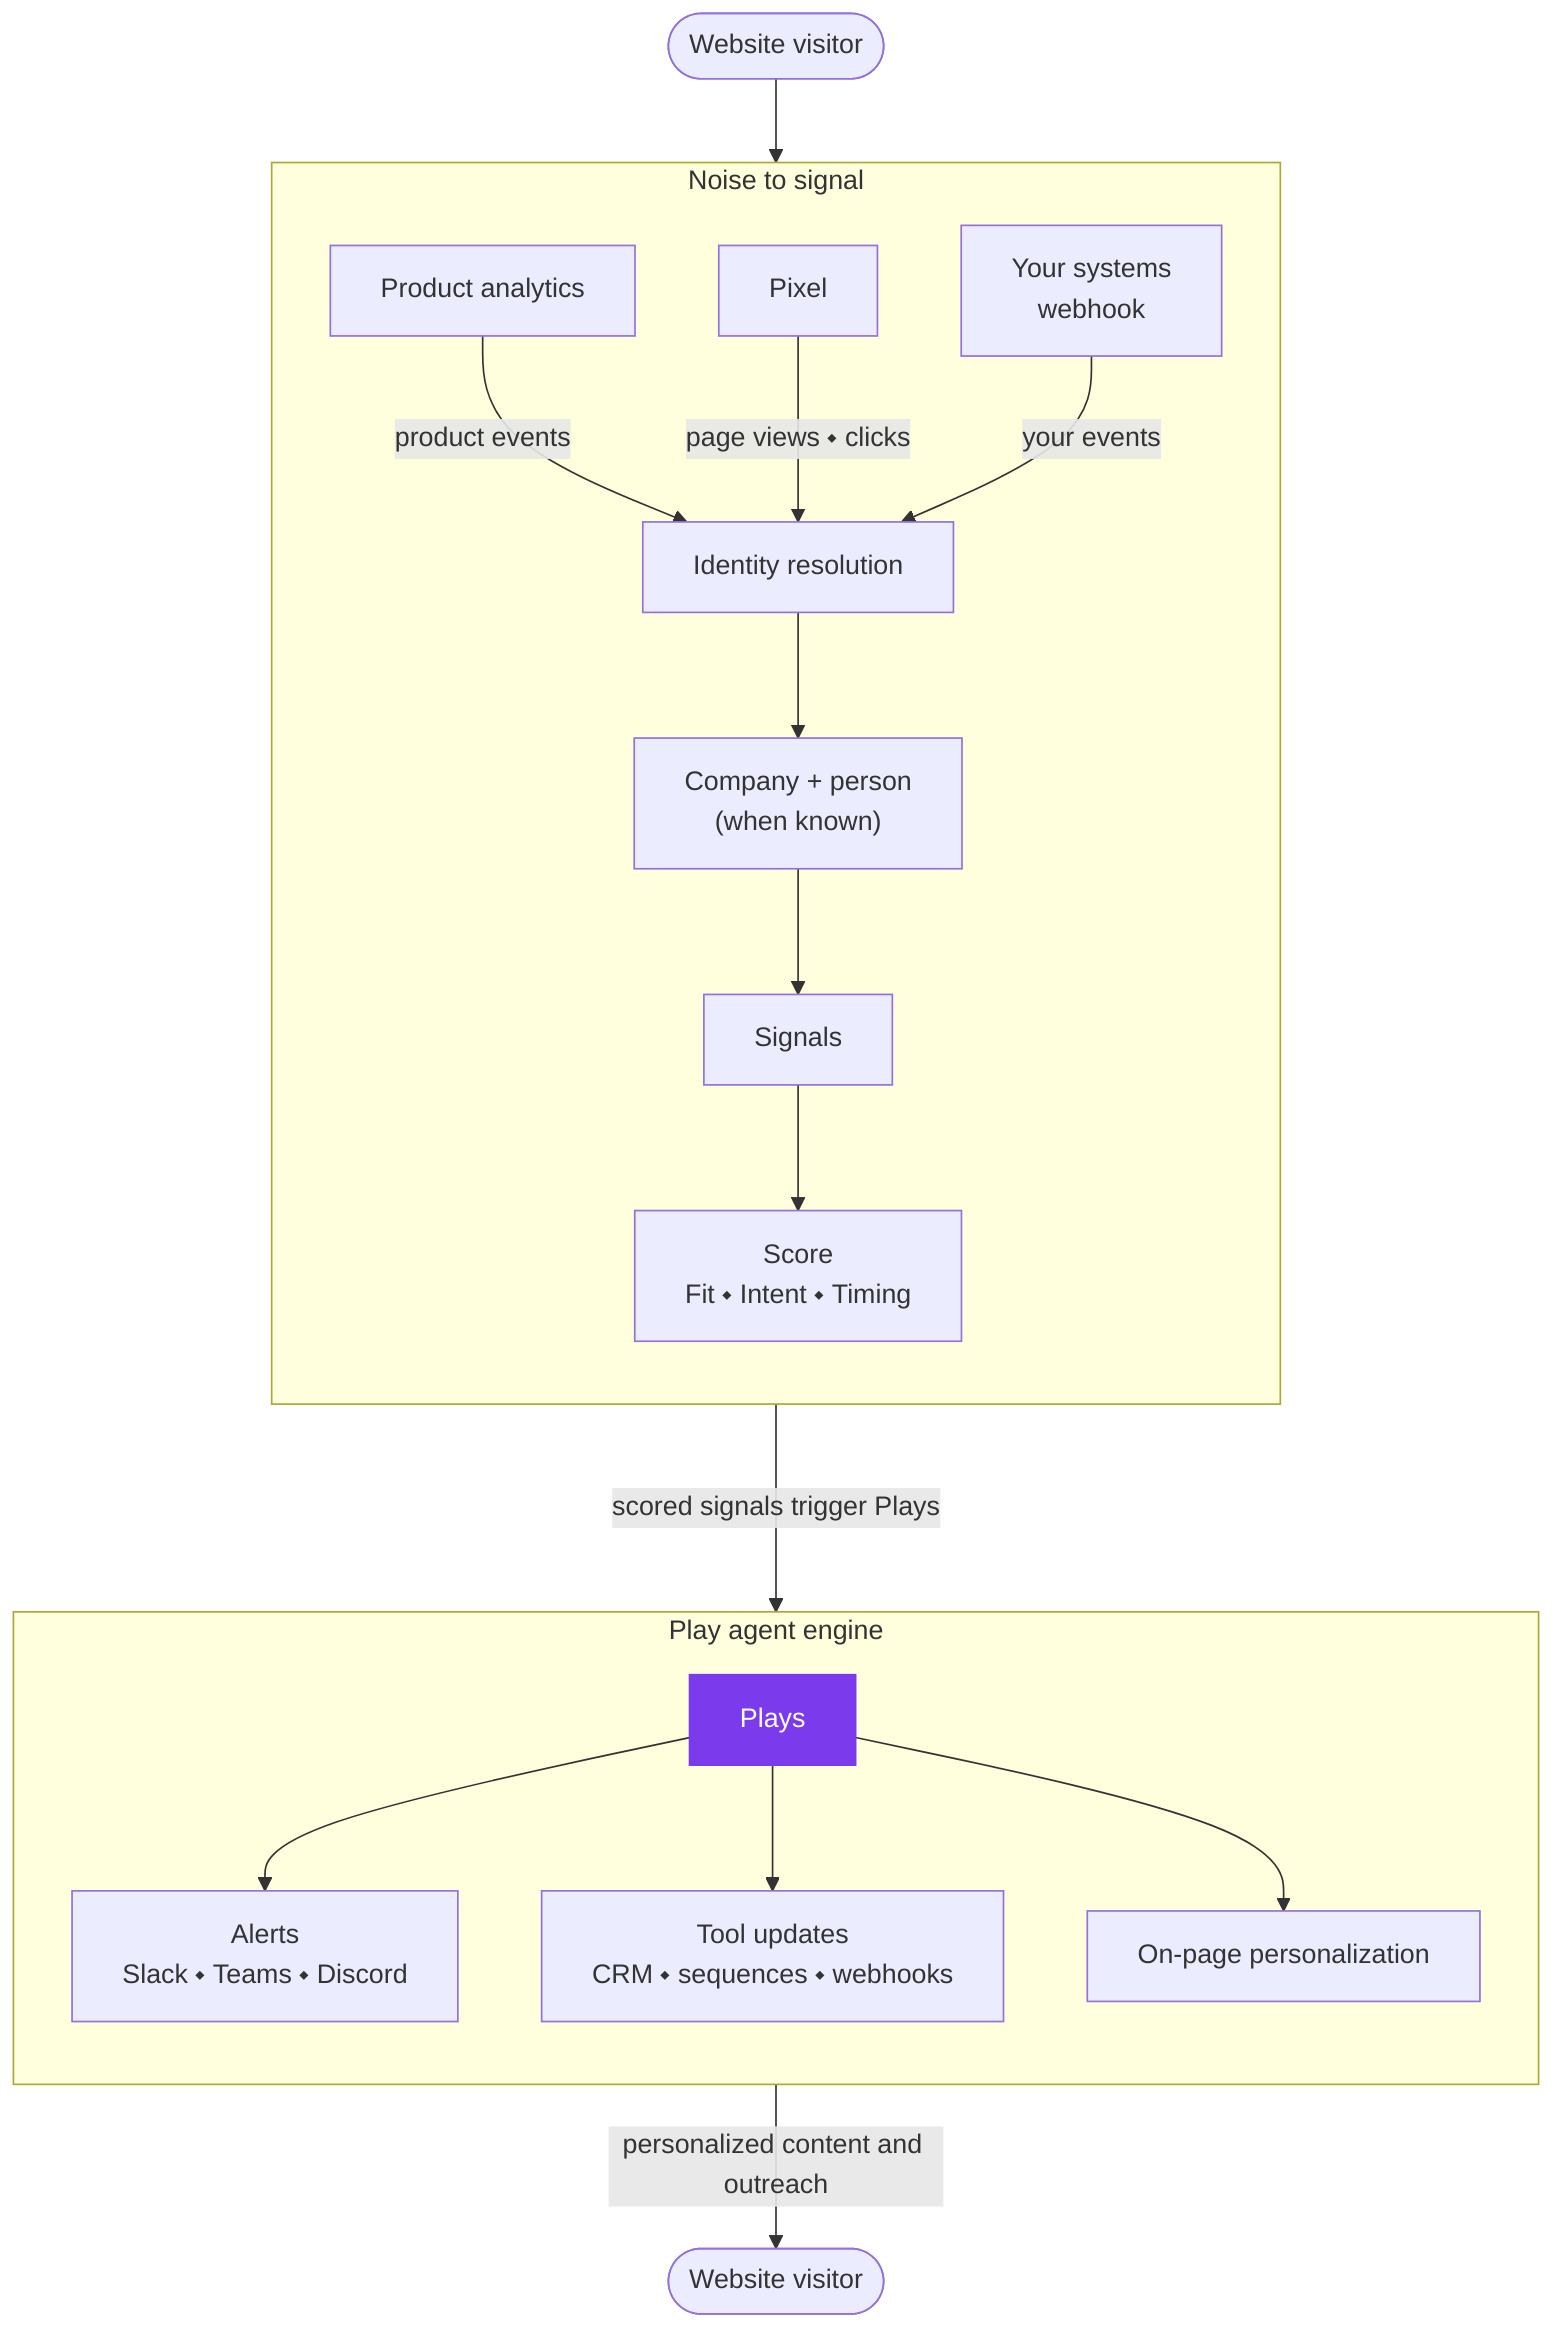
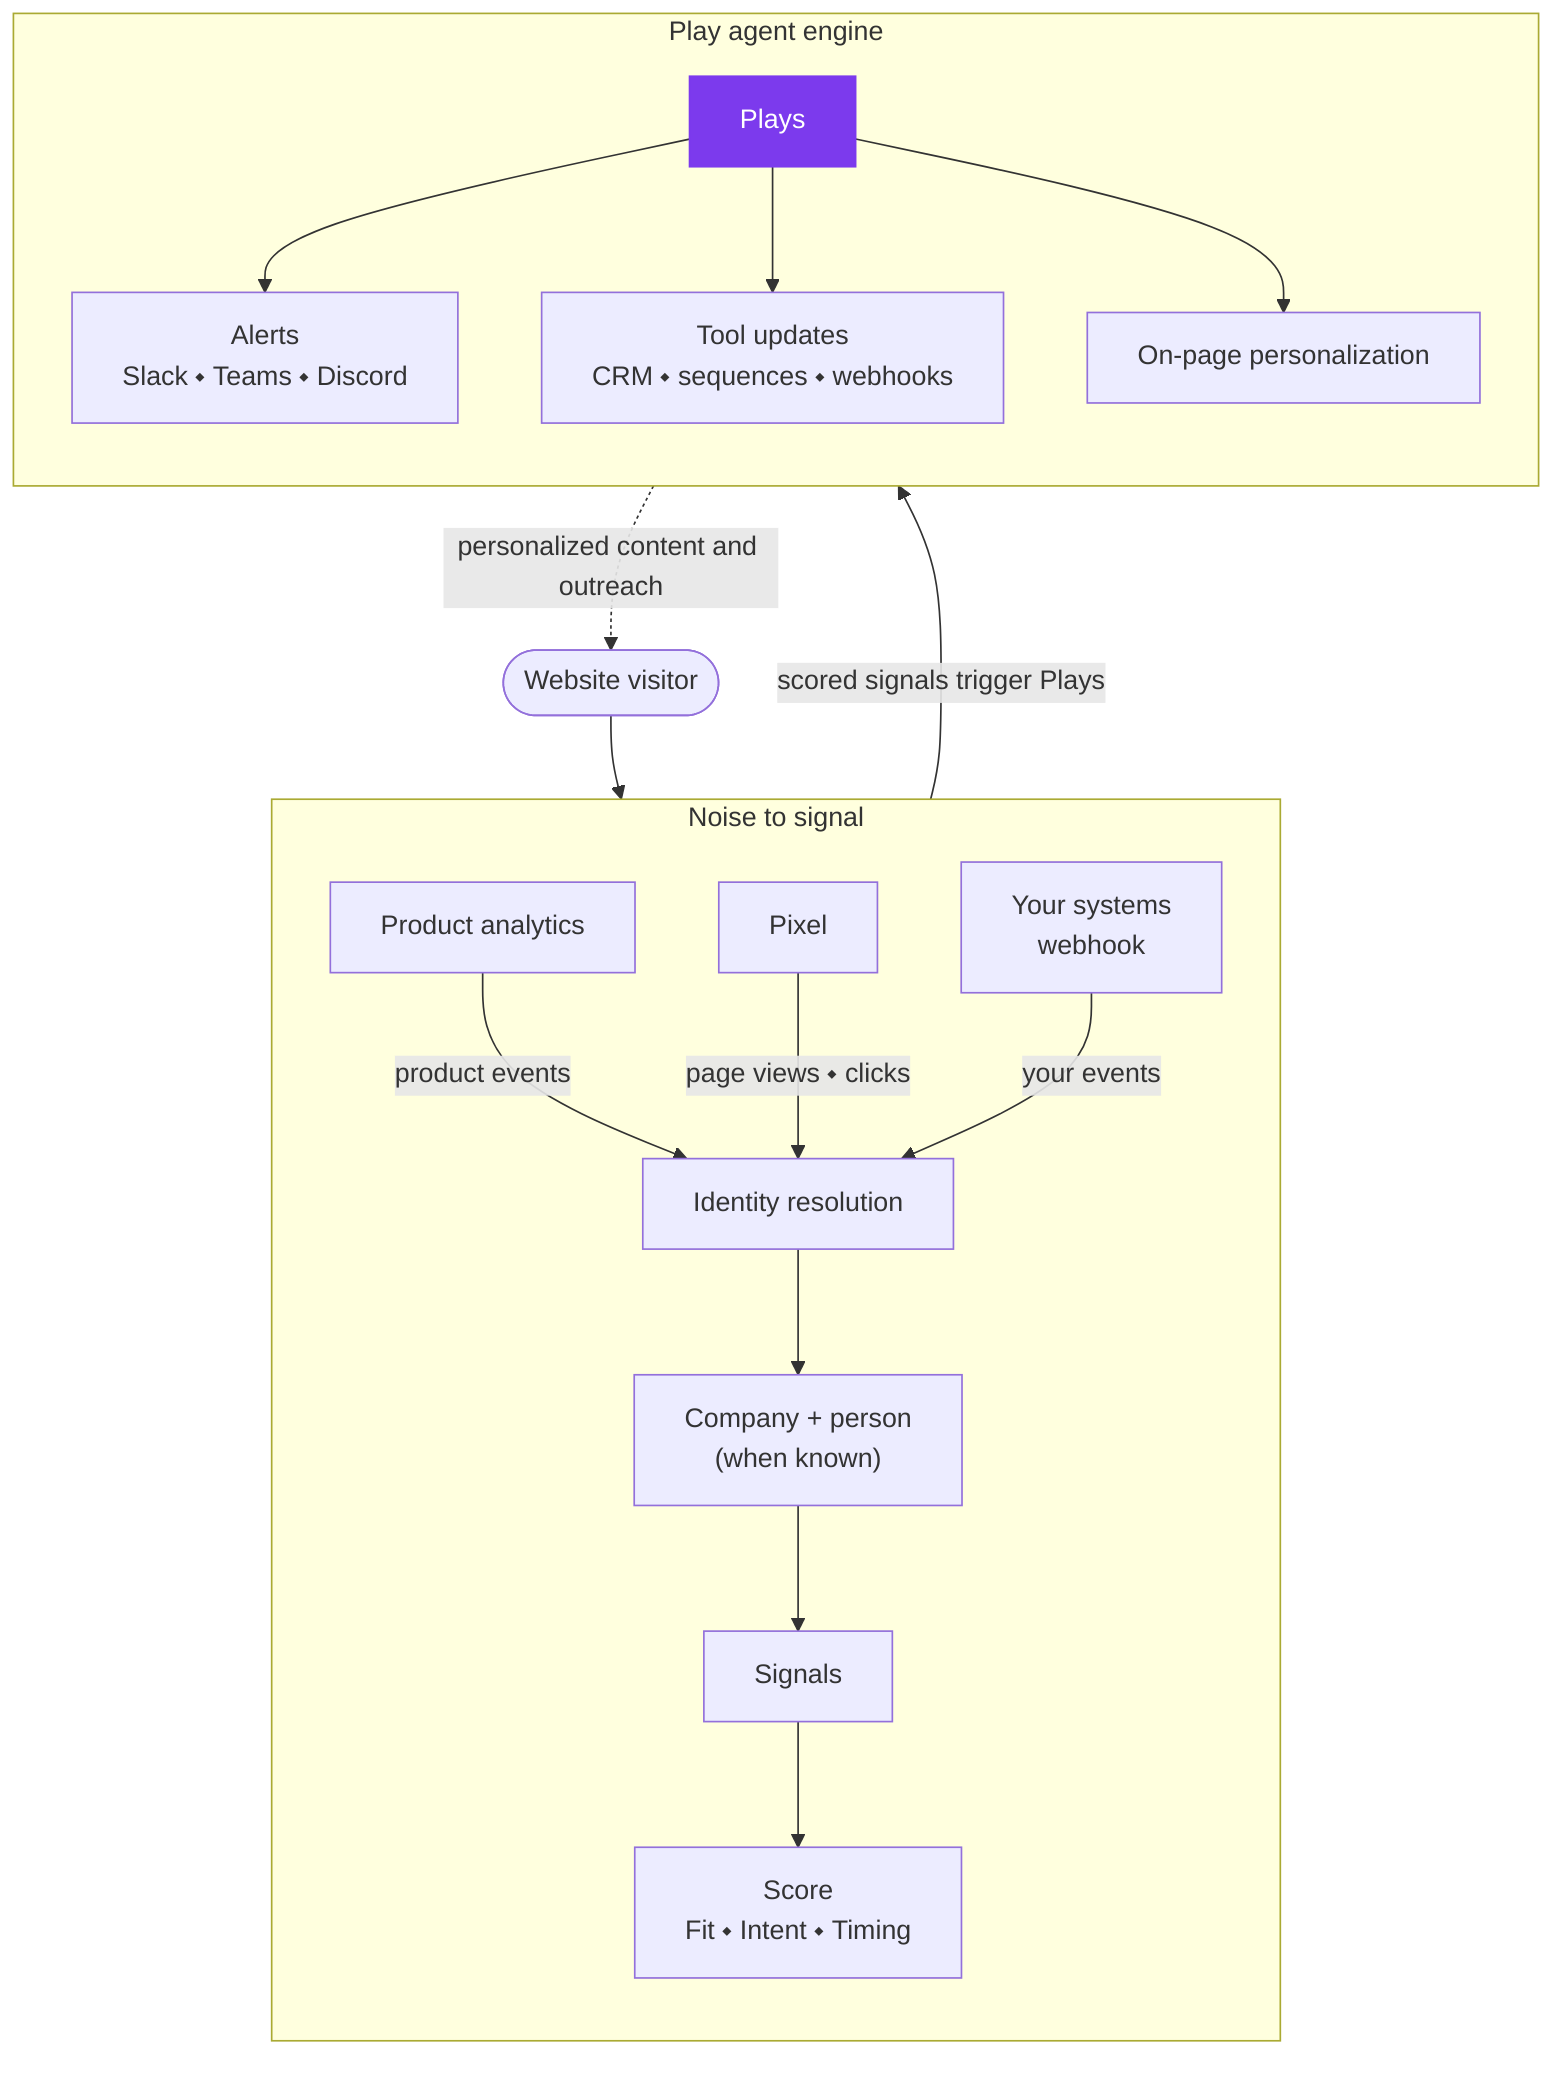
flowchart TB
    V([Website visitor]) --> P
    subgraph NS ["Noise to signal"]
        direction TB
        PH[Product analytics] -->|"product events"| ID[Identity resolution]
        P[Pixel] -->|"page views ⬩ clicks"| ID
        WH[Your systems<br/>webhook] -->|"your events"| ID
        ID --> CO["Company + person<br/>(when known)"]
        CO --> S[Signals]
        S --> SC["Score<br/>Fit&nbsp;⬩&nbsp;Intent&nbsp;⬩&nbsp;Timing"]
    end
    subgraph PE ["Play agent engine"]
        direction TB
        PL[Plays]:::accent --> O1["Alerts<br/>Slack&nbsp;⬩&nbsp;Teams&nbsp;⬩&nbsp;Discord"]
        PL --> O2["Tool updates<br/>CRM&nbsp;⬩&nbsp;sequences&nbsp;⬩&nbsp;webhooks"]
        PL --> O3["On-page personalization"]
    end
    SC --->|"scored signals trigger Plays"| PL
-     O2 -->|"personalized content and outreach"| V2([Website visitor])
+     O3 -.->|"personalized content and outreach"| V
    classDef accent fill:#7C3AED,stroke:#7C3AED,color:#FFFFFF
